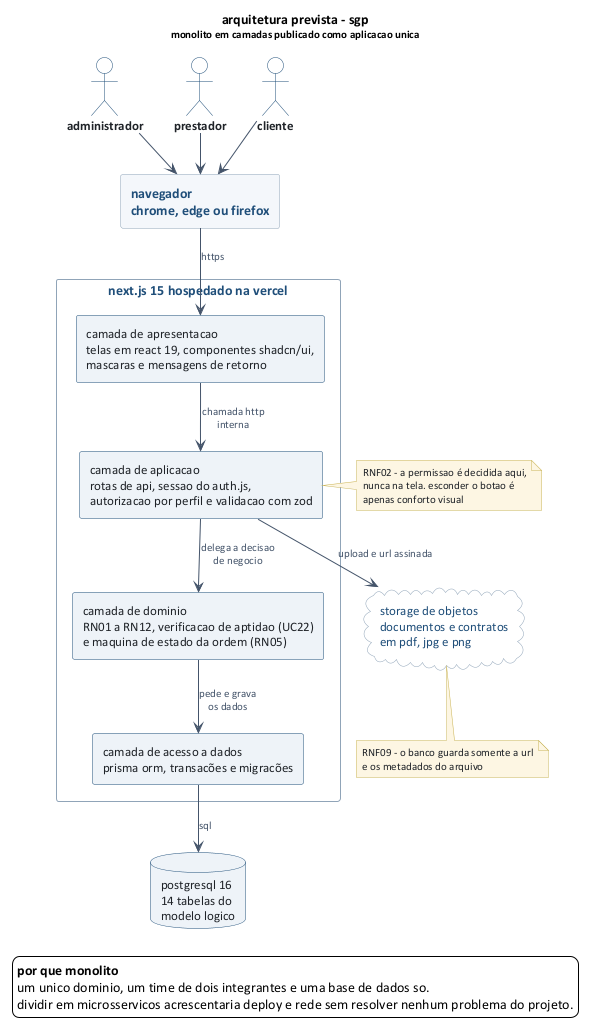
Earlier version of the PlantUML export diagramas/arquitetura.png (igorschiniegoski/Atividade-Sabine). Its diagram source:
```plantuml
@startuml arquitetura
!include _estilo.puml
skinparam ranksep 40
skinparam nodesep 30
skinparam componentStyle rectangle
skinparam component {
  BorderColor #1f4e79
  BackgroundColor #eef3f8
  FontColor #1f2328
}
skinparam database {
  BorderColor #1f4e79
  BackgroundColor #eef3f8
  FontColor #1f2328
}
skinparam cloud {
  BorderColor #90a4b8
  BackgroundColor #ffffff
  FontColor #1f4e79
}

title arquitetura prevista - sgp\n<size:11>monolito em camadas publicado como aplicacao unica

actor "administrador" as ADM
actor "prestador" as PRE
actor "cliente" as CLI

rectangle "navegador\nchrome, edge ou firefox" as NAV #f4f7fb

ADM --> NAV
PRE --> NAV
CLI --> NAV

rectangle "next.js 15 hospedado na vercel" as APP {
  component "camada de apresentacao\ntelas em react 19, componentes shadcn/ui,\nmascaras e mensagens de retorno" as C1
  component "camada de aplicacao\nrotas de api, sessao do auth.js,\nautorizacao por perfil e validacao com zod" as C2
  component "camada de dominio\nRN01 a RN12, verificacao de aptidao (UC22)\ne maquina de estado da ordem (RN05)" as C3
  component "camada de acesso a dados\nprisma orm, transacões e migracões" as C4

  C1 --> C2 : chamada http\ninterna
  C2 --> C3 : delega a decisao\nde negocio
  C3 --> C4 : pede e grava\nos dados
}

database "postgresql 16\n14 tabelas do\nmodelo logico" as DB
cloud "storage de objetos\ndocumentos e contratos\nem pdf, jpg e png" as ST

NAV --> C1 : https
C4 --> DB : sql
C2 --> ST : upload e url assinada

note right of C2
  RNF02 - a permissao é decidida aqui,
  nunca na tela. esconder o botao é
  apenas conforto visual
end note

note bottom of ST
  RNF09 - o banco guarda somente a url
  e os metadados do arquivo
end note

legend bottom
  <b>por que monolito</b>
  um unico dominio, um time de dois integrantes e uma base de dados so.
  dividir em microsservicos acrescentaria deploy e rede sem resolver nenhum problema do projeto.
endlegend

@enduml
```
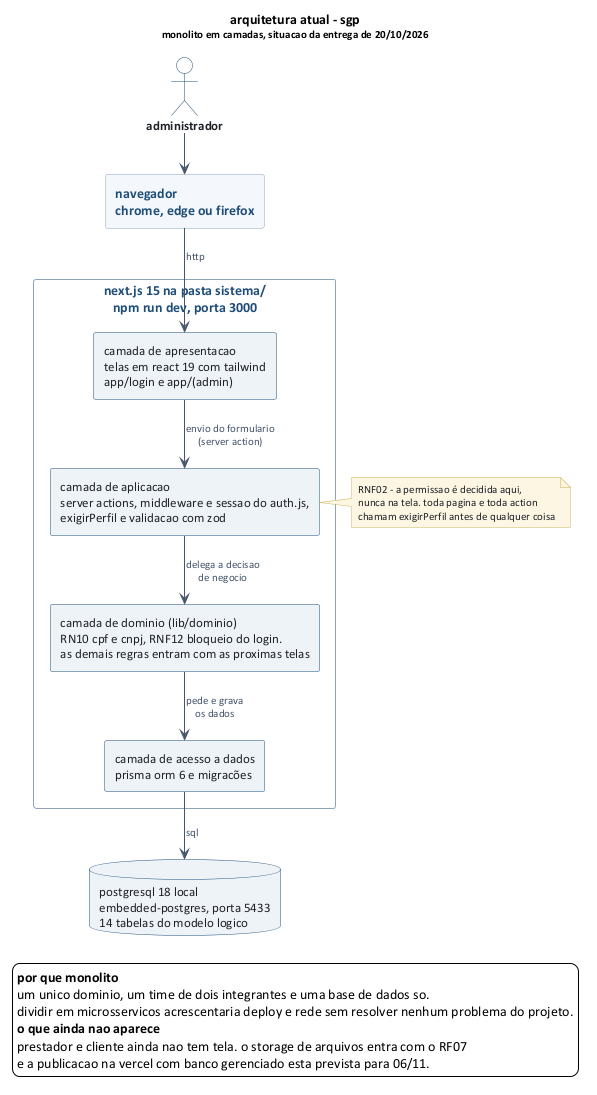
After the change.

What changed in the source:
```diff
@@ -13,57 +13,44 @@
   BackgroundColor #eef3f8
   FontColor #1f2328
 }
-skinparam cloud {
-  BorderColor #90a4b8
-  BackgroundColor #ffffff
-  FontColor #1f4e79
-}
 
-title arquitetura prevista - sgp\n<size:11>monolito em camadas publicado como aplicacao unica
+title arquitetura atual - sgp\n<size:11>monolito em camadas, situacao da entrega de 20/10/2026
 
 actor "administrador" as ADM
-actor "prestador" as PRE
-actor "cliente" as CLI
 
 rectangle "navegador\nchrome, edge ou firefox" as NAV #f4f7fb
 
 ADM --> NAV
-PRE --> NAV
-CLI --> NAV
 
-rectangle "next.js 15 hospedado na vercel" as APP {
-  component "camada de apresentacao\ntelas em react 19, componentes shadcn/ui,\nmascaras e mensagens de retorno" as C1
-  component "camada de aplicacao\nrotas de api, sessao do auth.js,\nautorizacao por perfil e validacao com zod" as C2
-  component "camada de dominio\nRN01 a RN12, verificacao de aptidao (UC22)\ne maquina de estado da ordem (RN05)" as C3
-  component "camada de acesso a dados\nprisma orm, transacões e migracões" as C4
+rectangle "next.js 15 na pasta sistema/\nnpm run dev, porta 3000" as APP {
+  component "camada de apresentacao\ntelas em react 19 com tailwind\napp/login e app/(admin)" as C1
+  component "camada de aplicacao\nserver actions, middleware e sessao do auth.js,\nexigirPerfil e validacao com zod" as C2
+  component "camada de dominio (lib/dominio)\nRN10 cpf e cnpj, RNF12 bloqueio do login.\nas demais regras entram com as proximas telas" as C3
+  component "camada de acesso a dados\nprisma orm 6 e migracões" as C4
 
-  C1 --> C2 : chamada http\ninterna
+  C1 --> C2 : envio do formulario\n(server action)
   C2 --> C3 : delega a decisao\nde negocio
   C3 --> C4 : pede e grava\nos dados
 }
 
-database "postgresql 16\n14 tabelas do\nmodelo logico" as DB
-cloud "storage de objetos\ndocumentos e contratos\nem pdf, jpg e png" as ST
+database "postgresql 18 local\nembedded-postgres, porta 5433\n14 tabelas do modelo logico" as DB
 
-NAV --> C1 : https
+NAV --> C1 : http
 C4 --> DB : sql
-C2 --> ST : upload e url assinada
 
 note right of C2
   RNF02 - a permissao é decidida aqui,
-  nunca na tela. esconder o botao é
-  apenas conforto visual
-end note
-
-note bottom of ST
-  RNF09 - o banco guarda somente a url
-  e os metadados do arquivo
+  nunca na tela. toda pagina e toda action
+  chamam exigirPerfil antes de qualquer coisa
 end note
 
 legend bottom
   <b>por que monolito</b>
   um unico dominio, um time de dois integrantes e uma base de dados so.
   dividir em microsservicos acrescentaria deploy e rede sem resolver nenhum problema do projeto.
+  <b>o que ainda nao aparece</b>
+  prestador e cliente ainda nao tem tela. o storage de arquivos entra com o RF07
+  e a publicacao na vercel com banco gerenciado esta prevista para 06/11.
 endlegend
 
 @enduml
```
